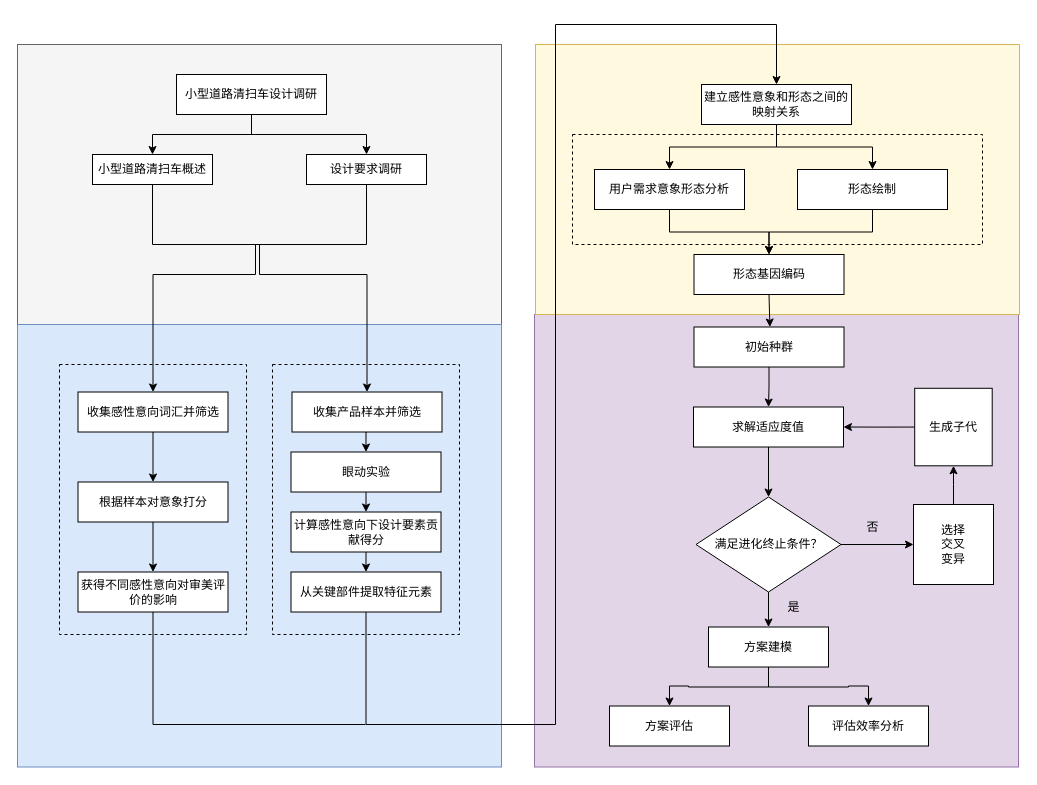
Above: 毕业设计.drawio in df3dysn/Yang- (draw.io), before the change. Source tidied: cells renumbered, new cells numbered last; positions are measured from the earlier drawing's top-left corner, leaving out a move shared by most shapes. Both pictures are drawn from the tidied source at 100%, with x=0, y=0 at pixel (17, 24).
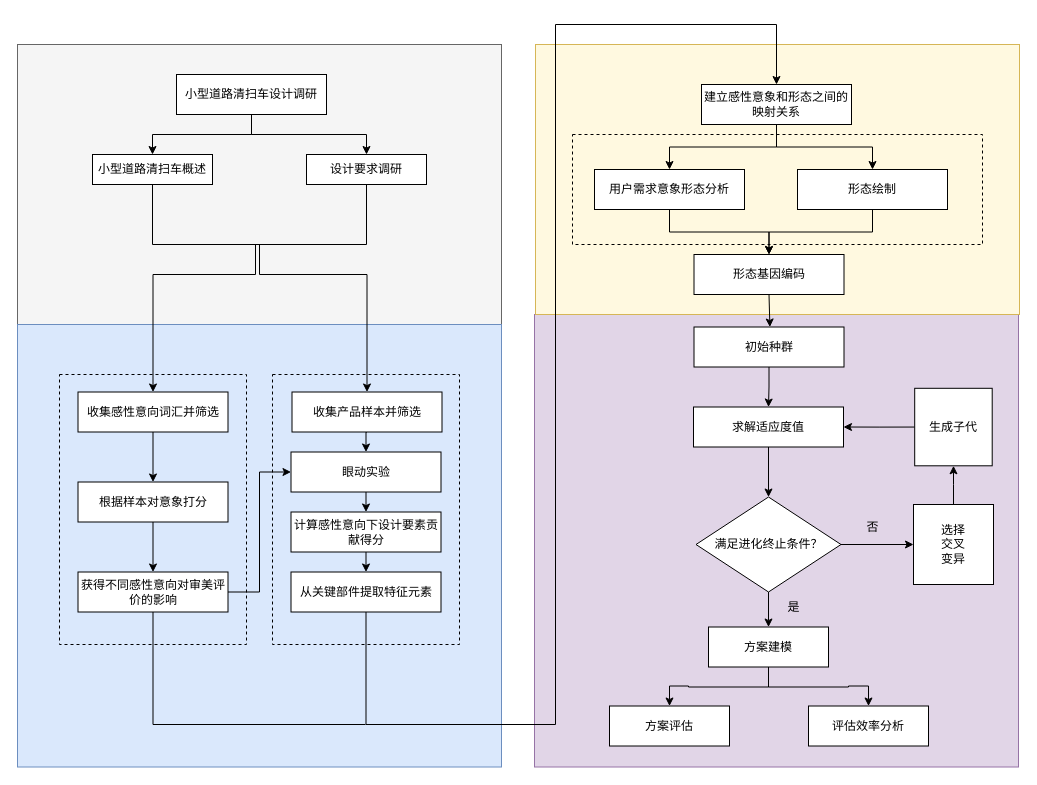
After the change.

Unchanged cells that the change refers to:
```xml
<mxCell id="15" value="获得不同感性意向对审美评价的影响" style="rounded=0;whiteSpace=wrap;html=1;" parent="1" vertex="1">
  <mxGeometry x="60.5" y="547.5" width="150" height="40" as="geometry" />
</mxCell>
<mxCell id="17" value="眼动实验" style="rounded=0;whiteSpace=wrap;html=1;" parent="1" vertex="1">
  <mxGeometry x="273.5" y="427.5" width="150" height="40" as="geometry" />
</mxCell>
```

Change to the diagram source:
```diff
@@
+    <mxCell id="58" style="edgeStyle=orthogonalEdgeStyle;rounded=0;jettySize=auto;html=1;exitX=1;exitY=0.5;exitDx=0;exitDy=0;entryX=0;entryY=0.5;entryDx=0;entryDy=0;" parent="1" edge="1" source="15" target="17">
+      <mxGeometry relative="1" as="geometry" />
+    </mxCell>
@@
     <mxCell id="49" style="rounded=0;whiteSpace=wrap;html=1;fillColor=none;dashed=1;" parent="1" vertex="1">
-      <mxGeometry x="42" y="340" width="187" height="270" as="geometry" />
+      <mxGeometry x="42" y="350" width="187" height="270" as="geometry" />
     </mxCell>
     <mxCell id="50" style="rounded=0;whiteSpace=wrap;html=1;fillColor=none;dashed=1;" parent="1" vertex="1">
-      <mxGeometry x="255" y="340" width="187" height="270" as="geometry" />
+      <mxGeometry x="255" y="350" width="187" height="270" as="geometry" />
     </mxCell>
```
